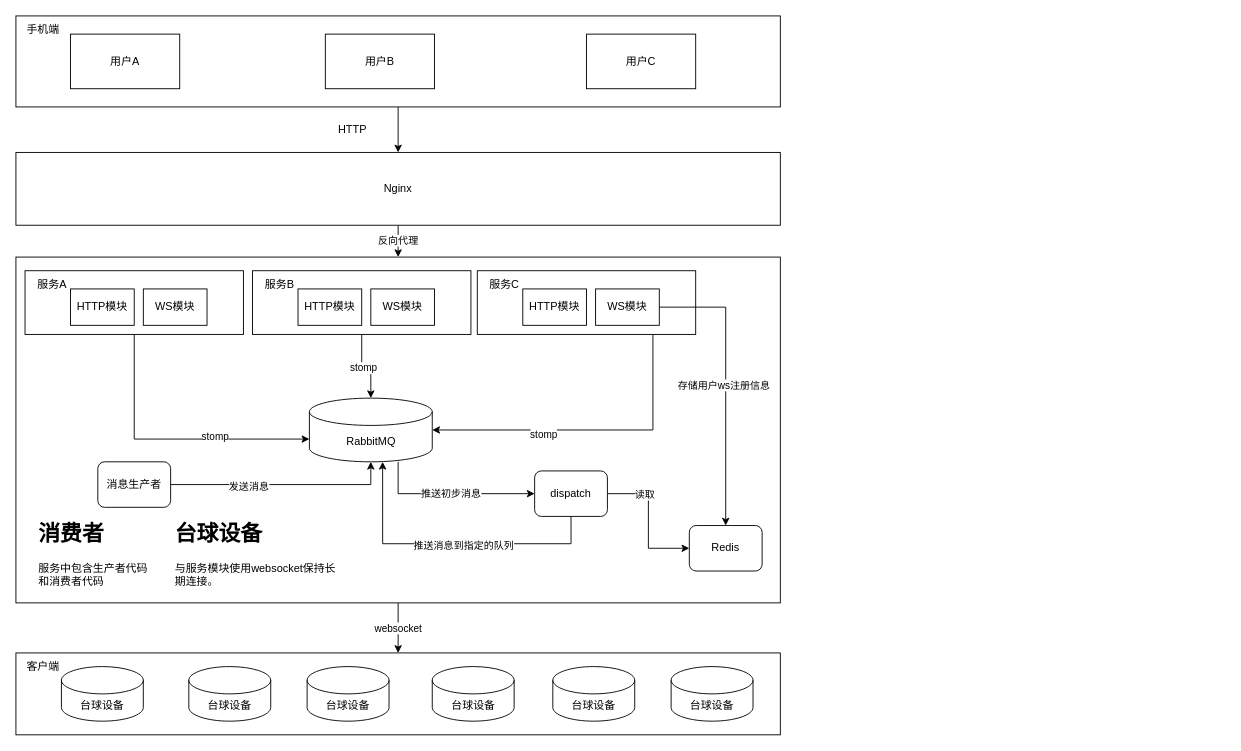
Above: 打台球.drawio in remember-5/draw-file (draw.io), before the change. Source tidied: cells renumbered, new cells numbered last; positions are measured from the earlier drawing's top-left corner, leaving out a move shared by most shapes. Both pictures are drawn from the tidied source at 91%, with x=0, y=0 at pixel (15, 15).
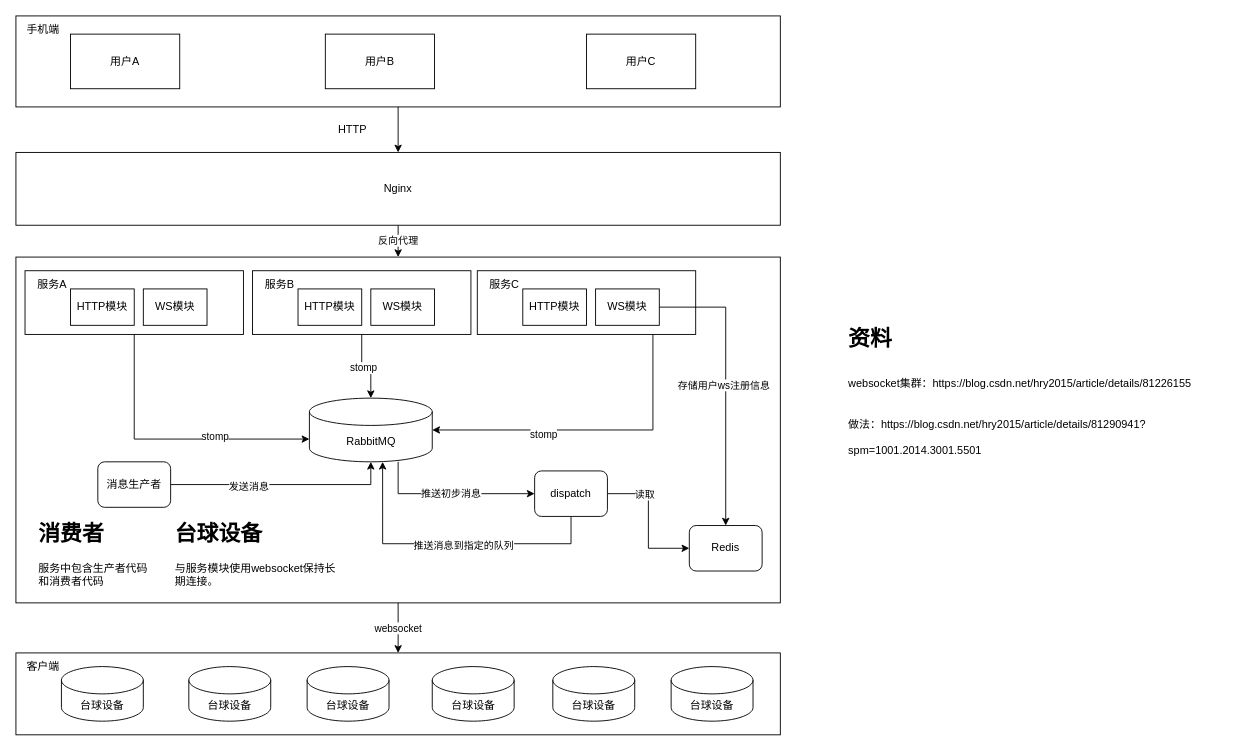
The same diagram, later.

What changed in the source:
```diff
@@
+    <mxCell id="58" value="&lt;h1&gt;&lt;span&gt;资料&lt;/span&gt;&lt;/h1&gt;&lt;h1&gt;&lt;span style=&quot;font-size: 12px ; font-weight: 400&quot;&gt;websocket集群：https://blog.csdn.net/hry2015/article/details/81226155&lt;/span&gt;&lt;/h1&gt;&lt;h1&gt;&lt;span style=&quot;font-size: 12px ; font-weight: 400&quot;&gt;做法：https://blog.csdn.net/hry2015/article/details/81290941?spm=1001.2014.3001.5501&lt;/span&gt;&lt;/h1&gt;" style="text;html=1;strokeColor=none;fillColor=none;spacing=5;spacingTop=-20;whiteSpace=wrap;overflow=hidden;rounded=0;" parent="1" vertex="1">
+      <mxGeometry x="910" y="335" width="419" height="190" as="geometry" />
+    </mxCell>
```
